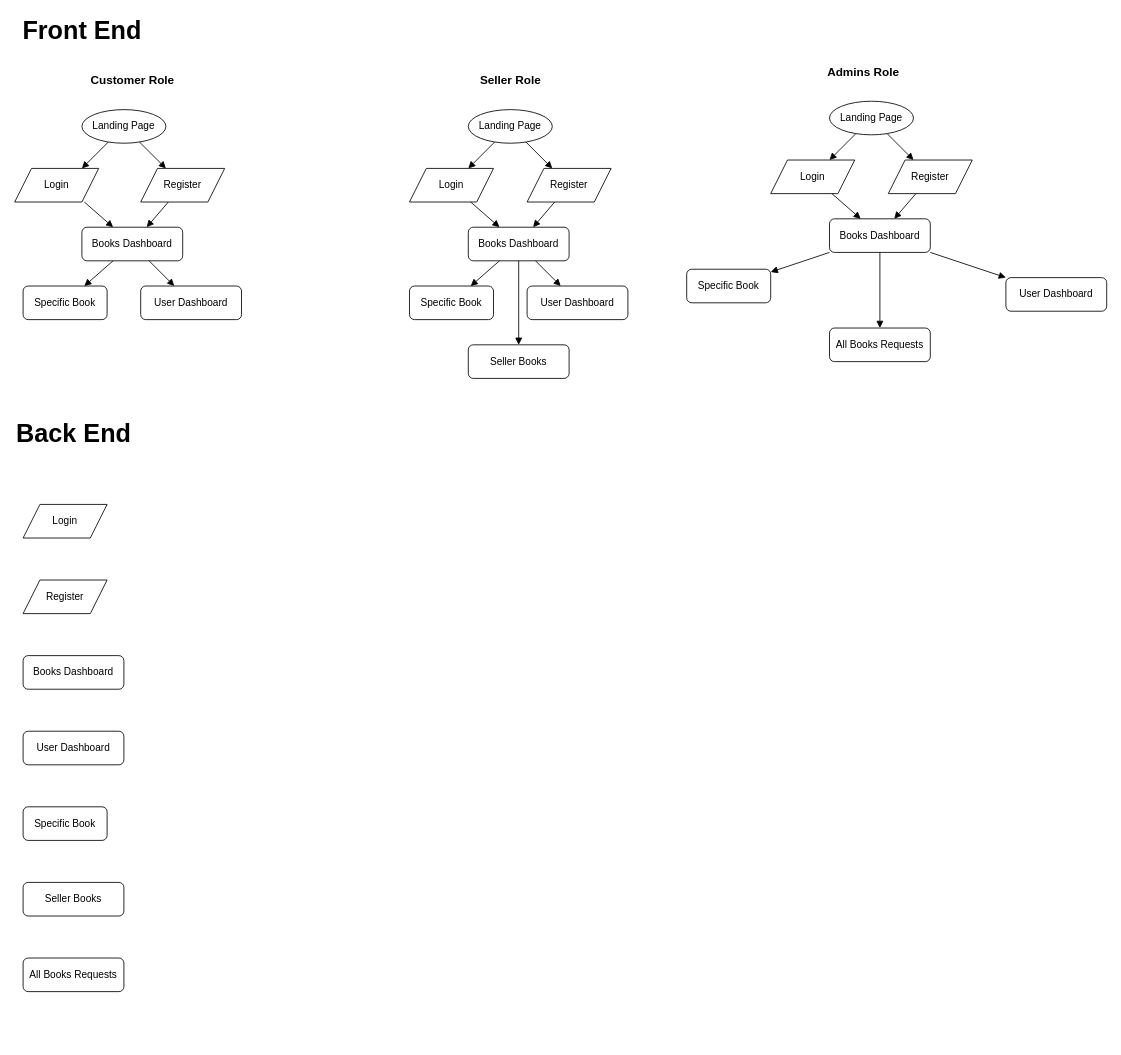
OmarAboelnaga121/Books-Mangment-Api keeps this draw.io diagram as bookMangmentDiagram.drawio. Above is the earlier version. Source tidied: cells renumbered, new cells numbered last; positions are measured from the earlier drawing's top-left corner, leaving out a move shared by most shapes. Both pictures are drawn from the tidied source at 84%, with x=0, y=0 at pixel (14, 17).
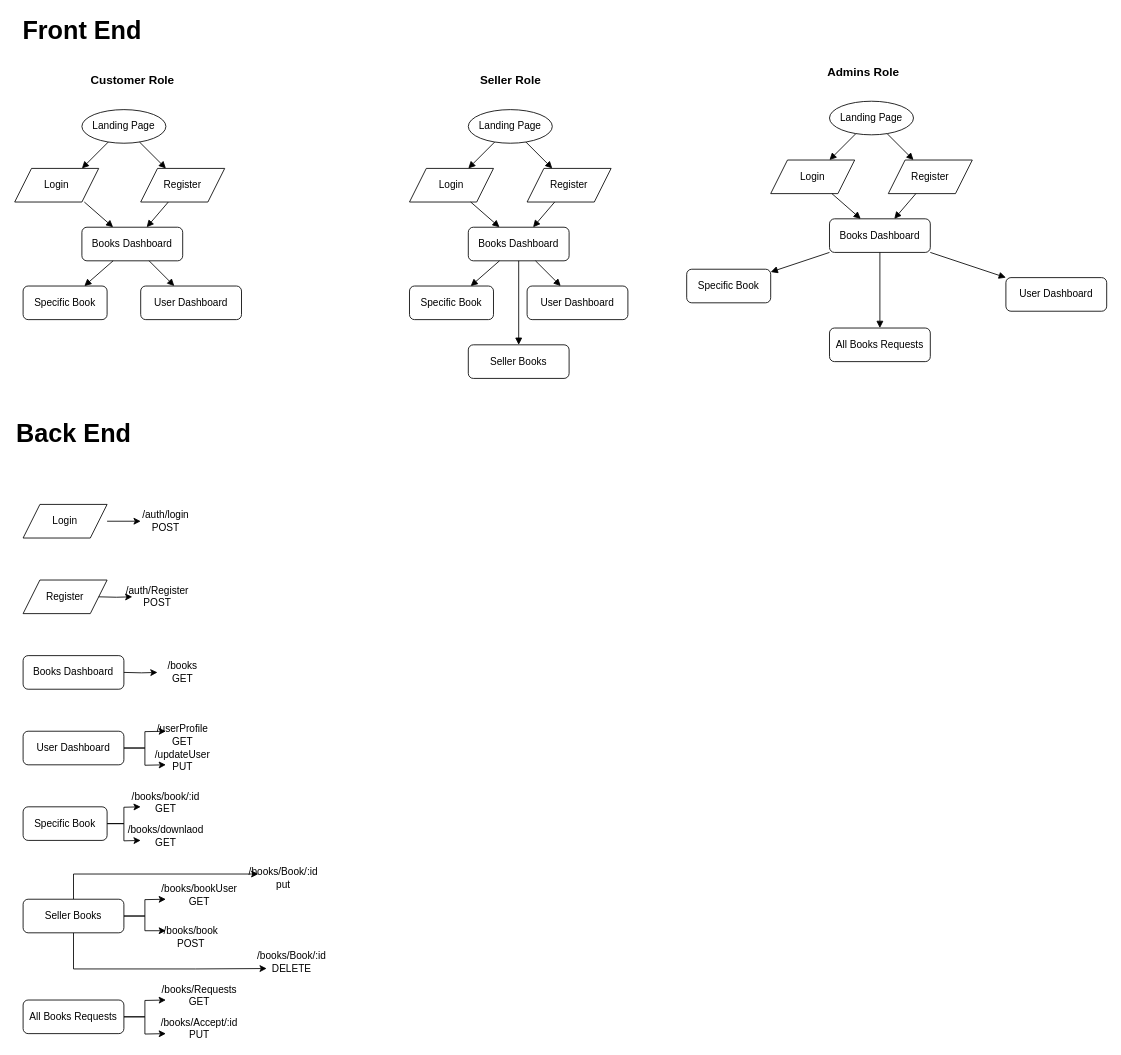
Above is the later version.

The change refers to these unchanged cells:
```xml
<mxCell id="47" value="Login" style="shape=parallelogram;whiteSpace=wrap;html=1;" parent="1" vertex="1">
  <mxGeometry x="10" y="580" width="100" height="40" as="geometry" />
</mxCell>
<mxCell id="50" value="User Dashboard" style="rounded=1;whiteSpace=wrap;html=1;" parent="1" vertex="1">
  <mxGeometry x="10" y="850" width="120" height="40" as="geometry" />
</mxCell>
<mxCell id="51" value="Specific Book" style="rounded=1;whiteSpace=wrap;html=1;" parent="1" vertex="1">
  <mxGeometry x="10" y="940" width="100" height="40" as="geometry" />
</mxCell>
```

What changed in the source:
```diff
@@
+    <mxCell id="54" style="edgeStyle=orthogonalEdgeStyle;rounded=0;jettySize=auto;html=1;" parent="1" edge="1" source="47" target="65">
+      <mxGeometry relative="1" as="geometry" />
+    </mxCell>
@@
+    <mxCell id="55" style="edgeStyle=orthogonalEdgeStyle;rounded=0;jettySize=auto;html=1;" parent="1" edge="1" source="50">
+      <mxGeometry relative="1" as="geometry">
+        <mxPoint x="180" y="850" as="targetPoint" />
+      </mxGeometry>
+    </mxCell>
+    <mxCell id="56" style="edgeStyle=orthogonalEdgeStyle;rounded=0;jettySize=auto;html=1;" parent="1" edge="1" source="50">
+      <mxGeometry relative="1" as="geometry">
+        <mxPoint x="180" y="890" as="targetPoint" />
+      </mxGeometry>
+    </mxCell>
@@
+    <mxCell id="57" style="edgeStyle=orthogonalEdgeStyle;rounded=0;jettySize=auto;html=1;" parent="1" edge="1" source="51">
+      <mxGeometry relative="1" as="geometry">
+        <mxPoint x="150" y="940" as="targetPoint" />
+      </mxGeometry>
+    </mxCell>
+    <mxCell id="58" style="edgeStyle=orthogonalEdgeStyle;rounded=0;jettySize=auto;html=1;" parent="1" edge="1" source="51">
+      <mxGeometry relative="1" as="geometry">
+        <mxPoint x="150" y="980" as="targetPoint" />
+      </mxGeometry>
+    </mxCell>
@@
+    <mxCell id="59" style="edgeStyle=orthogonalEdgeStyle;rounded=0;jettySize=auto;html=1;" parent="1" edge="1" source="52">
+      <mxGeometry relative="1" as="geometry">
+        <mxPoint x="180" y="1050" as="targetPoint" />
+      </mxGeometry>
+    </mxCell>
+    <mxCell id="60" style="edgeStyle=orthogonalEdgeStyle;rounded=0;jettySize=auto;html=1;entryX=0;entryY=0.25;entryDx=0;entryDy=0;" parent="1" edge="1" source="52" target="76">
+      <mxGeometry relative="1" as="geometry" />
+    </mxCell>
+    <mxCell id="61" style="edgeStyle=orthogonalEdgeStyle;rounded=0;jettySize=auto;html=1;" parent="1" edge="1" source="52" target="78">
+      <mxGeometry relative="1" as="geometry">
+        <Array as="points">
+          <mxPoint x="70" y="1020" />
+        </Array>
+      </mxGeometry>
+    </mxCell>
+    <mxCell id="62" style="edgeStyle=orthogonalEdgeStyle;rounded=0;jettySize=auto;html=1;entryX=0;entryY=0.75;entryDx=0;entryDy=0;" parent="1" edge="1" source="52" target="79">
+      <mxGeometry relative="1" as="geometry">
+        <Array as="points">
+          <mxPoint x="70" y="1133" />
+          <mxPoint x="215" y="1133" />
+        </Array>
+      </mxGeometry>
+    </mxCell>
     <mxCell id="52" value="Seller Books" style="rounded=1;whiteSpace=wrap;html=1;" parent="1" vertex="1">
-      <mxGeometry x="10" y="1030" width="120" height="40" as="geometry" />
+      <mxGeometry x="10" y="1050" width="120" height="40" as="geometry" />
     </mxCell>
+    <mxCell id="63" style="edgeStyle=orthogonalEdgeStyle;rounded=0;jettySize=auto;html=1;" parent="1" edge="1" source="53">
+      <mxGeometry relative="1" as="geometry">
+        <mxPoint x="180" y="1170" as="targetPoint" />
+      </mxGeometry>
+    </mxCell>
+    <mxCell id="64" style="edgeStyle=orthogonalEdgeStyle;rounded=0;jettySize=auto;html=1;" parent="1" edge="1" source="53">
+      <mxGeometry relative="1" as="geometry">
+        <mxPoint x="180" y="1210" as="targetPoint" />
+      </mxGeometry>
+    </mxCell>
     <mxCell id="53" value="All Books Requests" style="rounded=1;whiteSpace=wrap;html=1;" parent="1" vertex="1">
-      <mxGeometry x="10" y="1120" width="120" height="40" as="geometry" />
+      <mxGeometry x="10" y="1170" width="120" height="40" as="geometry" />
     </mxCell>
+    <mxCell id="65" value="/auth/login POST" style="text;html=1;align=center;verticalAlign=middle;whiteSpace=wrap;rounded=0;" parent="1" vertex="1">
+      <mxGeometry x="150" y="585" width="60" height="30" as="geometry" />
+    </mxCell>
+    <mxCell id="66" style="edgeStyle=orthogonalEdgeStyle;rounded=0;jettySize=auto;html=1;" parent="1" edge="1" target="67">
+      <mxGeometry relative="1" as="geometry">
+        <mxPoint x="100" y="690" as="sourcePoint" />
+      </mxGeometry>
+    </mxCell>
+    <mxCell id="67" value="/auth/Register&lt;div&gt;POST&lt;/div&gt;" style="text;html=1;align=center;verticalAlign=middle;whiteSpace=wrap;rounded=0;" parent="1" vertex="1">
+      <mxGeometry x="140" y="675" width="60" height="30" as="geometry" />
+    </mxCell>
+    <mxCell id="68" style="edgeStyle=orthogonalEdgeStyle;rounded=0;jettySize=auto;html=1;" parent="1" edge="1" target="69">
+      <mxGeometry relative="1" as="geometry">
+        <mxPoint x="130" y="780" as="sourcePoint" />
+      </mxGeometry>
+    </mxCell>
+    <mxCell id="69" value="/books&lt;div&gt;GET&lt;/div&gt;" style="text;html=1;align=center;verticalAlign=middle;whiteSpace=wrap;rounded=0;" parent="1" vertex="1">
+      <mxGeometry x="170" y="765" width="60" height="30" as="geometry" />
+    </mxCell>
+    <mxCell id="70" value="/updateUser&lt;div&gt;PUT&lt;/div&gt;" style="text;html=1;align=center;verticalAlign=middle;whiteSpace=wrap;rounded=0;" parent="1" vertex="1">
+      <mxGeometry x="170" y="870" width="60" height="30" as="geometry" />
+    </mxCell>
+    <mxCell id="71" value="&lt;div&gt;/userProfile&lt;/div&gt;&lt;div&gt;GET&lt;/div&gt;" style="text;html=1;align=center;verticalAlign=middle;whiteSpace=wrap;rounded=0;" parent="1" vertex="1">
+      <mxGeometry x="170" y="840" width="60" height="30" as="geometry" />
+    </mxCell>
+    <mxCell id="72" value="/books/downlaod&lt;div&gt;GET&lt;/div&gt;" style="text;html=1;align=center;verticalAlign=middle;whiteSpace=wrap;rounded=0;" parent="1" vertex="1">
+      <mxGeometry x="150" y="960" width="60" height="30" as="geometry" />
+    </mxCell>
+    <mxCell id="73" value="/books/book/:id&lt;div&gt;GET&lt;/div&gt;" style="text;html=1;align=center;verticalAlign=middle;whiteSpace=wrap;rounded=0;" parent="1" vertex="1">
+      <mxGeometry x="150" y="920" width="60" height="30" as="geometry" />
+    </mxCell>
+    <mxCell id="74" value="/books/Accept/:id&lt;div&gt;PUT&lt;/div&gt;" style="text;html=1;align=center;verticalAlign=middle;whiteSpace=wrap;rounded=0;" parent="1" vertex="1">
+      <mxGeometry x="190" y="1189" width="60" height="30" as="geometry" />
+    </mxCell>
+    <mxCell id="75" value="/books/Requests&lt;div&gt;&lt;span style=&quot;background-color: transparent; color: light-dark(rgb(0, 0, 0), rgb(255, 255, 255));&quot;&gt;GET&lt;/span&gt;&lt;/div&gt;" style="text;html=1;align=center;verticalAlign=middle;whiteSpace=wrap;rounded=0;" parent="1" vertex="1">
+      <mxGeometry x="190" y="1150" width="60" height="30" as="geometry" />
+    </mxCell>
+    <mxCell id="76" value="/books/book&lt;div&gt;&lt;span style=&quot;background-color: transparent; color: light-dark(rgb(0, 0, 0), rgb(255, 255, 255));&quot;&gt;POST&lt;/span&gt;&lt;/div&gt;" style="text;html=1;align=center;verticalAlign=middle;whiteSpace=wrap;rounded=0;" parent="1" vertex="1">
+      <mxGeometry x="180" y="1080" width="60" height="30" as="geometry" />
+    </mxCell>
+    <mxCell id="77" value="/books/bookUser&lt;div&gt;&lt;span style=&quot;background-color: transparent; color: light-dark(rgb(0, 0, 0), rgb(255, 255, 255));&quot;&gt;GET&lt;/span&gt;&lt;/div&gt;" style="text;html=1;align=center;verticalAlign=middle;whiteSpace=wrap;rounded=0;" parent="1" vertex="1">
+      <mxGeometry x="190" y="1030" width="60" height="30" as="geometry" />
+    </mxCell>
+    <mxCell id="78" value="/books/Book/:id&lt;div&gt;&lt;span style=&quot;background-color: transparent; color: light-dark(rgb(0, 0, 0), rgb(255, 255, 255));&quot;&gt;put&lt;/span&gt;&lt;/div&gt;" style="text;html=1;align=center;verticalAlign=middle;whiteSpace=wrap;rounded=0;" parent="1" vertex="1">
+      <mxGeometry x="290" y="1010" width="60" height="30" as="geometry" />
+    </mxCell>
+    <mxCell id="79" value="/books/Book/:id&lt;div&gt;&lt;span style=&quot;background-color: transparent; color: light-dark(rgb(0, 0, 0), rgb(255, 255, 255));&quot;&gt;DELETE&lt;/span&gt;&lt;/div&gt;" style="text;html=1;align=center;verticalAlign=middle;whiteSpace=wrap;rounded=0;" parent="1" vertex="1">
+      <mxGeometry x="300" y="1110" width="60" height="30" as="geometry" />
+    </mxCell>
```
